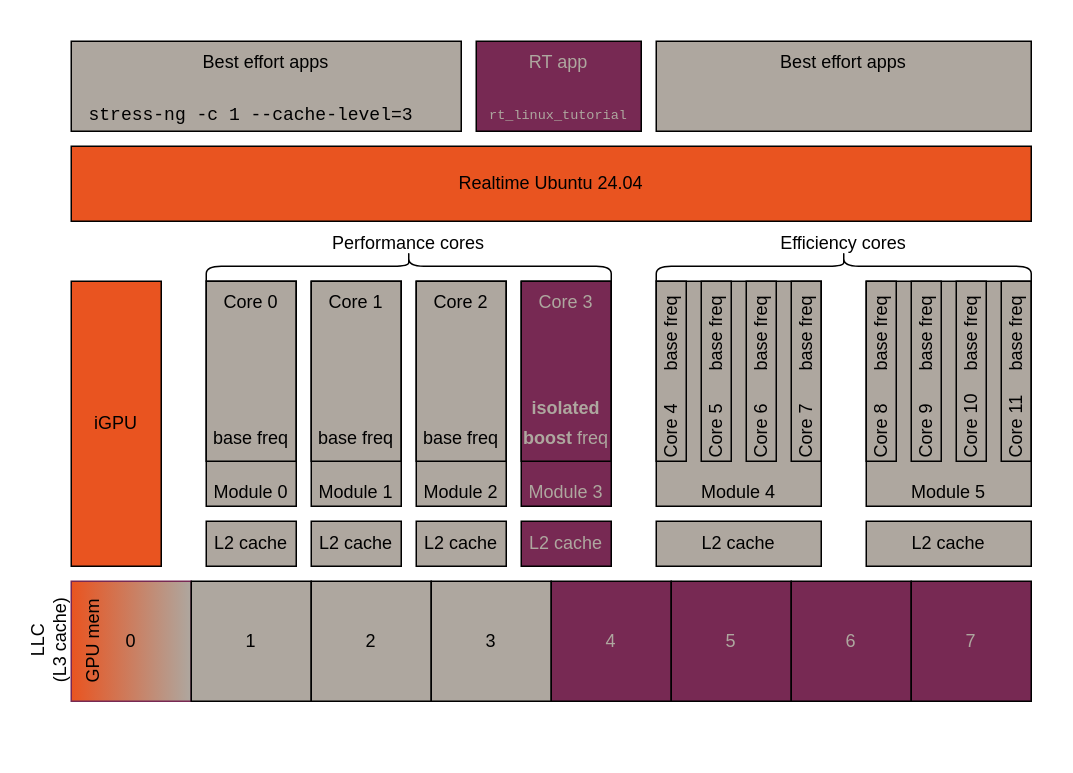
Before: docs/diagram_sources/tcc_setup_CAT_isol_boost.drawio.xml in canonical/real-time-ubuntu-docs, a draw.io diagram. Source tidied: cells renumbered, new cells numbered last; positions are measured from the earlier drawing's top-left corner, leaving out a move shared by most shapes. Both pictures are drawn from the tidied source at 150%, with x=0, y=0 at pixel (26, 40).
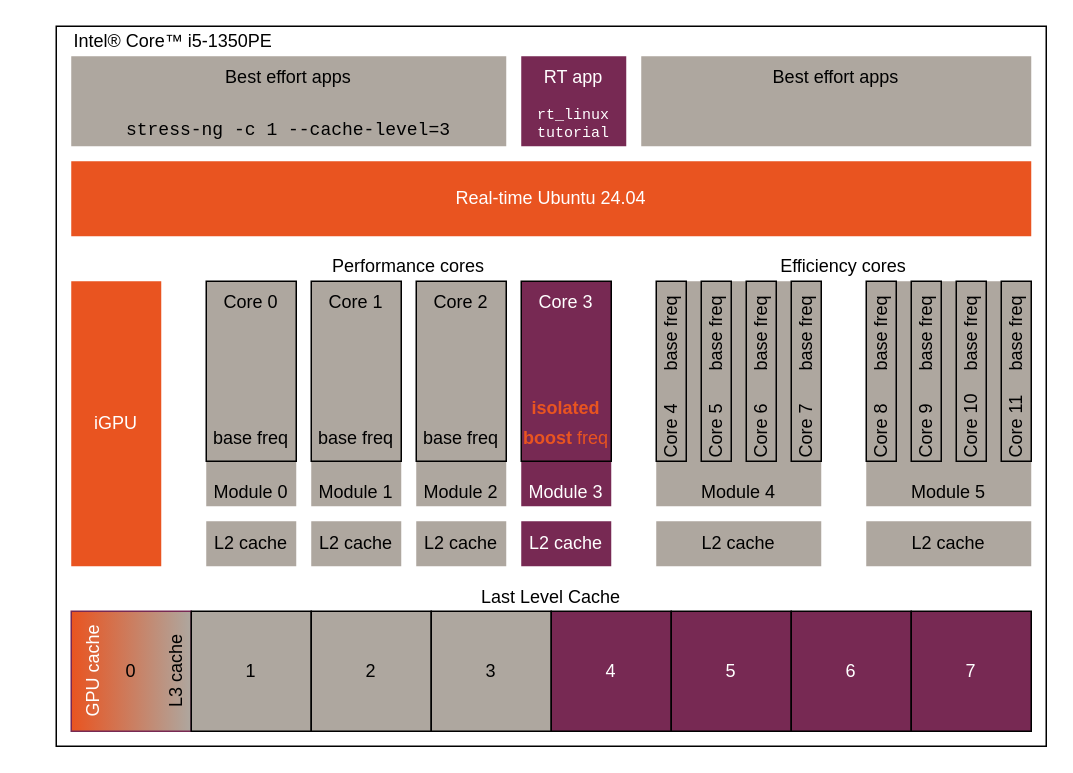
The same page after the edit.

Commit message (it also covers changes not shown here):
Update images to "Real-time Ubuntu"

Diff of the diagram source:
```diff
@@
+    <mxCell id="60" style="rounded=0;whiteSpace=wrap;html=1;" parent="1" vertex="1">
+      <mxGeometry x="20" y="-10" width="660" height="480" as="geometry" />
+    </mxCell>
-    <mxCell id="2" value="Module 2" style="rounded=0;whiteSpace=wrap;html=1;verticalAlign=bottom;fontFamily=Ubuntu;fillColor=#AEA79F;" parent="1" vertex="1">
+    <mxCell id="2" value="Module 2" style="rounded=0;whiteSpace=wrap;html=1;verticalAlign=bottom;fontFamily=Ubuntu;fillColor=#AEA79F;strokeColor=none;" parent="1" vertex="1">
       <mxGeometry x="260" y="160" width="60" height="150" as="geometry" />
     </mxCell>
-    <mxCell id="3" value="Module 1" style="rounded=0;whiteSpace=wrap;html=1;verticalAlign=bottom;fontFamily=Ubuntu;fillColor=#AEA79F;" parent="1" vertex="1">
+    <mxCell id="3" value="Module 1" style="rounded=0;whiteSpace=wrap;html=1;verticalAlign=bottom;fontFamily=Ubuntu;fillColor=#AEA79F;strokeColor=none;" parent="1" vertex="1">
       <mxGeometry x="190" y="160" width="60" height="150" as="geometry" />
     </mxCell>
-    <mxCell id="4" value="Module 0" style="rounded=0;whiteSpace=wrap;html=1;verticalAlign=bottom;fontFamily=Ubuntu;fillColor=#AEA79F;" parent="1" vertex="1">
+    <mxCell id="4" value="Module 0" style="rounded=0;whiteSpace=wrap;html=1;verticalAlign=bottom;fontFamily=Ubuntu;fillColor=#AEA79F;strokeColor=none;" parent="1" vertex="1">
       <mxGeometry x="120" y="160" width="60" height="150" as="geometry" />
     </mxCell>
-    <mxCell id="5" value="Module 3" style="rounded=0;whiteSpace=wrap;html=1;verticalAlign=bottom;fontFamily=Ubuntu;fillColor=#772953;fillStyle=solid;gradientColor=none;gradientDirection=east;fontColor=#AEA79F;" parent="1" vertex="1">
+    <mxCell id="5" value="Module 3" style="rounded=0;whiteSpace=wrap;html=1;verticalAlign=bottom;fontFamily=Ubuntu;fillColor=#772953;fillStyle=solid;gradientColor=none;gradientDirection=east;fontColor=#FFFFFF;strokeColor=none;" parent="1" vertex="1">
       <mxGeometry x="330" y="160" width="60" height="150" as="geometry" />
     </mxCell>
     <mxCell id="6" value="0" style="whiteSpace=wrap;html=1;fontFamily=Ubuntu;fillStyle=solid;fillColor=#AEA79F;gradientColor=#E95420;strokeColor=#772953;rounded=0;shadow=0;glass=0;gradientDirection=west;" parent="1" vertex="1">
-      <mxGeometry x="30" y="360" width="80" height="80" as="geometry" />
+      <mxGeometry x="30" y="380" width="80" height="80" as="geometry" />
     </mxCell>
     <mxCell id="7" value="1" style="whiteSpace=wrap;html=1;fontFamily=Ubuntu;fillColor=#AEA79F;" parent="1" vertex="1">
-      <mxGeometry x="110" y="360" width="80" height="80" as="geometry" />
+      <mxGeometry x="110" y="380" width="80" height="80" as="geometry" />
     </mxCell>
     <mxCell id="8" value="2" style="whiteSpace=wrap;html=1;fontFamily=Ubuntu;fillColor=#AEA79F;" parent="1" vertex="1">
-      <mxGeometry x="190" y="360" width="80" height="80" as="geometry" />
+      <mxGeometry x="190" y="380" width="80" height="80" as="geometry" />
     </mxCell>
     <mxCell id="9" value="3" style="whiteSpace=wrap;html=1;fontFamily=Ubuntu;fillColor=#AEA79F;" parent="1" vertex="1">
-      <mxGeometry x="270" y="360" width="80" height="80" as="geometry" />
+      <mxGeometry x="270" y="380" width="80" height="80" as="geometry" />
     </mxCell>
-    <mxCell id="10" value="4" style="whiteSpace=wrap;html=1;fontFamily=Ubuntu;fillColor=#772953;fontColor=#AEA79F;" parent="1" vertex="1">
-      <mxGeometry x="350" y="360" width="80" height="80" as="geometry" />
+    <mxCell id="10" value="4" style="whiteSpace=wrap;html=1;fontFamily=Ubuntu;fillColor=#772953;fontColor=#FFFFFF;" parent="1" vertex="1">
+      <mxGeometry x="350" y="380" width="80" height="80" as="geometry" />
     </mxCell>
-    <mxCell id="11" value="5" style="whiteSpace=wrap;html=1;fontFamily=Ubuntu;fillColor=#772953;fontColor=#AEA79F;" parent="1" vertex="1">
-      <mxGeometry x="430" y="360" width="80" height="80" as="geometry" />
+    <mxCell id="11" value="5" style="whiteSpace=wrap;html=1;fontFamily=Ubuntu;fillColor=#772953;fontColor=#FFFFFF;" parent="1" vertex="1">
+      <mxGeometry x="430" y="380" width="80" height="80" as="geometry" />
     </mxCell>
-    <mxCell id="12" value="6" style="whiteSpace=wrap;html=1;fontFamily=Ubuntu;fillColor=#772953;fontColor=#AEA79F;" parent="1" vertex="1">
-      <mxGeometry x="510" y="360" width="80" height="80" as="geometry" />
+    <mxCell id="12" value="6" style="whiteSpace=wrap;html=1;fontFamily=Ubuntu;fillColor=#772953;fontColor=#FFFFFF;" parent="1" vertex="1">
+      <mxGeometry x="510" y="380" width="80" height="80" as="geometry" />
     </mxCell>
-    <mxCell id="13" value="7" style="whiteSpace=wrap;html=1;fontFamily=Ubuntu;fillColor=#772953;fontColor=#AEA79F;" parent="1" vertex="1">
-      <mxGeometry x="590" y="360" width="80" height="80" as="geometry" />
+    <mxCell id="13" value="7" style="whiteSpace=wrap;html=1;fontFamily=Ubuntu;fillColor=#772953;fontColor=#FFFFFF;" parent="1" vertex="1">
+      <mxGeometry x="590" y="380" width="80" height="80" as="geometry" />
     </mxCell>
-    <mxCell id="14" value="iGPU" style="rounded=0;whiteSpace=wrap;html=1;fontFamily=Ubuntu;fillColor=#E95420;" parent="1" vertex="1">
+    <mxCell id="14" value="iGPU" style="rounded=0;whiteSpace=wrap;html=1;fontFamily=Ubuntu;fillColor=#E95420;strokeColor=none;fontColor=#FFFFFF;" parent="1" vertex="1">
       <mxGeometry x="30" y="160" width="60" height="190" as="geometry" />
     </mxCell>
@@
-    <mxCell id="18" value="Core 3" style="rounded=0;whiteSpace=wrap;html=1;fontFamily=Ubuntu;verticalAlign=top;fillColor=none;fillStyle=hatch;gradientDirection=east;strokeColor=default;fontColor=#AEA79F;" parent="1" vertex="1">
+    <mxCell id="18" value="Core 3" style="rounded=0;whiteSpace=wrap;html=1;fontFamily=Ubuntu;verticalAlign=top;fillColor=none;fillStyle=hatch;gradientDirection=east;strokeColor=default;fontColor=#FFFFFF;" parent="1" vertex="1">
       <mxGeometry x="330" y="160" width="60" height="120" as="geometry" />
     </mxCell>
-    <mxCell id="19" value="L2 cache" style="rounded=0;whiteSpace=wrap;html=1;fontFamily=Ubuntu;fillColor=#AEA79F;" parent="1" vertex="1">
+    <mxCell id="19" value="L2 cache" style="rounded=0;whiteSpace=wrap;html=1;fontFamily=Ubuntu;fillColor=#AEA79F;strokeColor=none;" parent="1" vertex="1">
       <mxGeometry x="420" y="320" width="110" height="30" as="geometry" />
     </mxCell>
-    <mxCell id="20" value="L2 cache" style="rounded=0;whiteSpace=wrap;html=1;fontFamily=Ubuntu;fillColor=#AEA79F;" parent="1" vertex="1">
+    <mxCell id="20" value="L2 cache" style="rounded=0;whiteSpace=wrap;html=1;fontFamily=Ubuntu;fillColor=#AEA79F;strokeColor=none;" parent="1" vertex="1">
       <mxGeometry x="560" y="320" width="110" height="30" as="geometry" />
     </mxCell>
-    <mxCell id="21" value="Module 4" style="rounded=0;whiteSpace=wrap;html=1;verticalAlign=bottom;fontFamily=Ubuntu;fillColor=#AEA79F;" parent="1" vertex="1">
+    <mxCell id="21" value="Module 4" style="rounded=0;whiteSpace=wrap;html=1;verticalAlign=bottom;fontFamily=Ubuntu;fillColor=#AEA79F;strokeColor=none;" parent="1" vertex="1">
       <mxGeometry x="420" y="160" width="110" height="150" as="geometry" />
     </mxCell>
-    <mxCell id="22" value="Module 5" style="rounded=0;whiteSpace=wrap;html=1;verticalAlign=bottom;fontFamily=Ubuntu;fillColor=#AEA79F;" parent="1" vertex="1">
+    <mxCell id="22" value="Module 5" style="rounded=0;whiteSpace=wrap;html=1;verticalAlign=bottom;fontFamily=Ubuntu;fillColor=#AEA79F;strokeColor=none;" parent="1" vertex="1">
       <mxGeometry x="560" y="160" width="110" height="150" as="geometry" />
     </mxCell>
@@
-    <mxCell id="31" value="L2 cache" style="rounded=0;whiteSpace=wrap;html=1;fontFamily=Ubuntu;fillColor=#AEA79F;" parent="1" vertex="1">
+    <mxCell id="31" value="L2 cache" style="rounded=0;whiteSpace=wrap;html=1;fontFamily=Ubuntu;fillColor=#AEA79F;strokeColor=none;" parent="1" vertex="1">
       <mxGeometry x="120" y="320" width="60" height="30" as="geometry" />
     </mxCell>
-    <mxCell id="32" value="L2 cache" style="rounded=0;whiteSpace=wrap;html=1;fontFamily=Ubuntu;fillColor=#AEA79F;" parent="1" vertex="1">
+    <mxCell id="32" value="L2 cache" style="rounded=0;whiteSpace=wrap;html=1;fontFamily=Ubuntu;fillColor=#AEA79F;strokeColor=none;" parent="1" vertex="1">
       <mxGeometry x="190" y="320" width="60" height="30" as="geometry" />
     </mxCell>
-    <mxCell id="33" value="L2 cache" style="rounded=0;whiteSpace=wrap;html=1;fontFamily=Ubuntu;fillColor=#AEA79F;" parent="1" vertex="1">
+    <mxCell id="33" value="L2 cache" style="rounded=0;whiteSpace=wrap;html=1;fontFamily=Ubuntu;fillColor=#AEA79F;strokeColor=none;" parent="1" vertex="1">
       <mxGeometry x="260" y="320" width="60" height="30" as="geometry" />
     </mxCell>
-    <mxCell id="34" value="L2 cache" style="rounded=0;whiteSpace=wrap;html=1;fontFamily=Ubuntu;fillColor=#772953;fillStyle=solid;strokeWidth=1;gradientColor=none;gradientDirection=east;fontColor=#AEA79F;" parent="1" vertex="1">
+    <mxCell id="34" value="L2 cache" style="rounded=0;whiteSpace=wrap;html=1;fontFamily=Ubuntu;fillColor=#772953;fillStyle=solid;strokeWidth=1;gradientColor=none;gradientDirection=east;fontColor=#FFFFFF;strokeColor=none;" parent="1" vertex="1">
       <mxGeometry x="330" y="320" width="60" height="30" as="geometry" />
     </mxCell>
-    <mxCell id="35" value="LLC&lt;div&gt;(L3 cache)&lt;/div&gt;" style="text;html=1;align=center;verticalAlign=middle;whiteSpace=wrap;rounded=0;horizontal=0;fontFamily=Ubuntu;" parent="1" vertex="1">
-      <mxGeometry y="352.5" width="30" height="95" as="geometry" />
+    <mxCell id="35" value="Last Level Cache" style="text;html=1;align=center;verticalAlign=middle;whiteSpace=wrap;rounded=0;horizontal=1;fontFamily=Ubuntu;" parent="1" vertex="1">
+      <mxGeometry x="30" y="362.5" width="640" height="17.5" as="geometry" />
     </mxCell>
-    <mxCell id="36" value="Realtime Ubuntu 24.04" style="rounded=0;whiteSpace=wrap;html=1;fontFamily=Ubuntu;verticalAlign=middle;fillColor=#E95420;" parent="1" vertex="1">
-      <mxGeometry x="30" y="70" width="640" height="50" as="geometry" />
+    <mxCell id="36" value="Real-time Ubuntu 24.04" style="rounded=0;whiteSpace=wrap;html=1;fontFamily=Ubuntu;verticalAlign=middle;fillColor=#E95420;strokeColor=none;fontColor=#FFFFFF;" parent="1" vertex="1">
+      <mxGeometry x="30" y="80" width="640" height="50" as="geometry" />
     </mxCell>
-    <mxCell id="37" value="Best effort apps" style="rounded=0;whiteSpace=wrap;html=1;fontFamily=Ubuntu;verticalAlign=top;fillColor=#AEA79F;" parent="1" vertex="1">
-      <mxGeometry x="30" width="260" height="60" as="geometry" />
+    <mxCell id="37" value="Best effort apps" style="rounded=0;whiteSpace=wrap;html=1;fontFamily=Ubuntu;verticalAlign=top;fillColor=#AEA79F;strokeColor=none;" parent="1" vertex="1">
+      <mxGeometry x="30" y="10" width="290" height="60" as="geometry" />
     </mxCell>
-    <mxCell id="38" value="Best effort apps" style="rounded=0;whiteSpace=wrap;html=1;fontFamily=Ubuntu;verticalAlign=top;fillColor=#AEA79F;" parent="1" vertex="1">
-      <mxGeometry x="420" width="250" height="60" as="geometry" />
+    <mxCell id="38" value="Best effort apps" style="rounded=0;whiteSpace=wrap;html=1;fontFamily=Ubuntu;verticalAlign=top;fillColor=#AEA79F;strokeColor=none;" parent="1" vertex="1">
+      <mxGeometry x="410" y="10" width="260" height="60" as="geometry" />
     </mxCell>
-    <mxCell id="39" value="RT app" style="rounded=0;whiteSpace=wrap;html=1;fontFamily=Ubuntu;verticalAlign=top;labelBackgroundColor=none;fillColor=#772953;fontColor=#AEA79F;" parent="1" vertex="1">
-      <mxGeometry x="300" width="110" height="60" as="geometry" />
+    <mxCell id="39" value="RT app" style="rounded=0;whiteSpace=wrap;html=1;fontFamily=Ubuntu;verticalAlign=top;labelBackgroundColor=none;fillColor=#772953;fontColor=#FFFFFF;strokeColor=none;" parent="1" vertex="1">
+      <mxGeometry x="330" y="10" width="70" height="60" as="geometry" />
     </mxCell>
@@
-    <mxCell id="43" value="&lt;b&gt;boost&lt;/b&gt; freq" style="text;html=1;align=center;verticalAlign=middle;whiteSpace=wrap;rounded=0;fontFamily=Ubuntu;fontColor=#AEA79F;" parent="1" vertex="1">
+    <mxCell id="43" value="&lt;b&gt;boost&lt;/b&gt; freq" style="text;html=1;align=center;verticalAlign=middle;whiteSpace=wrap;rounded=0;fontFamily=Ubuntu;fontColor=#E95420;" parent="1" vertex="1">
       <mxGeometry x="330" y="250" width="60" height="30" as="geometry" />
     </mxCell>
@@
-    <mxCell id="52" value="stress-ng -c 1 --cache-level=3" style="text;html=1;align=left;verticalAlign=middle;whiteSpace=wrap;rounded=0;fontFamily=Courier New;" parent="1" vertex="1">
-      <mxGeometry x="40" y="40" width="280" height="20" as="geometry" />
+    <mxCell id="52" value="stress-ng -c 1 --cache-level=3" style="text;html=1;align=center;verticalAlign=middle;whiteSpace=wrap;rounded=0;fontFamily=Courier New;" parent="1" vertex="1">
+      <mxGeometry x="30" y="50" width="290" height="20" as="geometry" />
     </mxCell>
-    <mxCell id="53" value="rt_linux_tutorial" style="text;html=1;align=center;verticalAlign=middle;whiteSpace=wrap;rounded=0;fontFamily=Courier New;fontSize=9;fontColor=#AEA79F;" parent="1" vertex="1">
-      <mxGeometry x="300" y="40" width="110" height="20" as="geometry" />
+    <mxCell id="53" value="rt_linux&lt;div&gt;tutorial&lt;/div&gt;" style="text;html=1;align=center;verticalAlign=middle;whiteSpace=wrap;rounded=0;fontFamily=Courier New;fontSize=10;fontColor=#FFFFFF;" parent="1" vertex="1">
+      <mxGeometry x="330" y="40" width="70" height="30" as="geometry" />
     </mxCell>
-    <mxCell id="54" style="shape=curlyBracket;whiteSpace=wrap;html=1;rounded=1;labelPosition=left;verticalLabelPosition=middle;align=right;verticalAlign=middle;rotation=90;fontFamily=Ubuntu;" parent="1" vertex="1">
-      <mxGeometry x="245" y="15" width="20" height="270" as="geometry" />
-    </mxCell>
     <mxCell id="55" value="Performance cores" style="text;html=1;align=center;verticalAlign=middle;whiteSpace=wrap;rounded=0;fontFamily=Ubuntu;" parent="1" vertex="1">
-      <mxGeometry x="120" y="120" width="270" height="30" as="geometry" />
+      <mxGeometry x="120" y="140" width="270" height="20" as="geometry" />
     </mxCell>
-    <mxCell id="56" style="shape=curlyBracket;whiteSpace=wrap;html=1;rounded=1;labelPosition=left;verticalLabelPosition=middle;align=right;verticalAlign=middle;rotation=90;fontFamily=Ubuntu;" parent="1" vertex="1">
-      <mxGeometry x="535" y="25" width="20" height="250" as="geometry" />
-    </mxCell>
     <mxCell id="57" value="Efficiency cores" style="text;html=1;align=center;verticalAlign=middle;whiteSpace=wrap;rounded=0;fontFamily=Ubuntu;" parent="1" vertex="1">
-      <mxGeometry x="420" y="120" width="250" height="30" as="geometry" />
+      <mxGeometry x="420" y="140" width="250" height="20" as="geometry" />
     </mxCell>
-    <mxCell id="58" value="&lt;b&gt;isolated&lt;/b&gt;" style="text;html=1;align=center;verticalAlign=middle;whiteSpace=wrap;rounded=0;fontFamily=Ubuntu;fontColor=#AEA79F;" parent="1" vertex="1">
+    <mxCell id="58" value="&lt;b&gt;isolated&lt;/b&gt;" style="text;html=1;align=center;verticalAlign=middle;whiteSpace=wrap;rounded=0;fontFamily=Ubuntu;fontColor=#E95420;" parent="1" vertex="1">
       <mxGeometry x="330" y="230" width="60" height="30" as="geometry" />
     </mxCell>
-    <mxCell id="59" value="GPU mem" style="text;html=1;align=center;verticalAlign=middle;whiteSpace=wrap;rounded=0;horizontal=0;fontFamily=Ubuntu;" parent="1" vertex="1">
-      <mxGeometry x="30" y="360" width="30" height="80" as="geometry" />
+    <mxCell id="59" value="GPU cache" style="text;html=1;align=center;verticalAlign=middle;whiteSpace=wrap;rounded=0;horizontal=0;fontFamily=Ubuntu;fontColor=#FFFFFF;" parent="1" vertex="1">
+      <mxGeometry x="30" y="380" width="30" height="80" as="geometry" />
     </mxCell>
+    <mxCell id="61" value="L3 cache" style="text;html=1;align=center;verticalAlign=middle;whiteSpace=wrap;rounded=0;horizontal=0;fontFamily=Ubuntu;" parent="1" vertex="1">
+      <mxGeometry x="90" y="380" width="20" height="80" as="geometry" />
+    </mxCell>
+    <mxCell id="62" value="Intel® Core™ i5-1350PE" style="text;html=1;align=left;verticalAlign=middle;whiteSpace=wrap;rounded=0;fontFamily=Ubuntu;" parent="1" vertex="1">
+      <mxGeometry x="30" y="-10" width="150" height="20" as="geometry" />
+    </mxCell>
```
